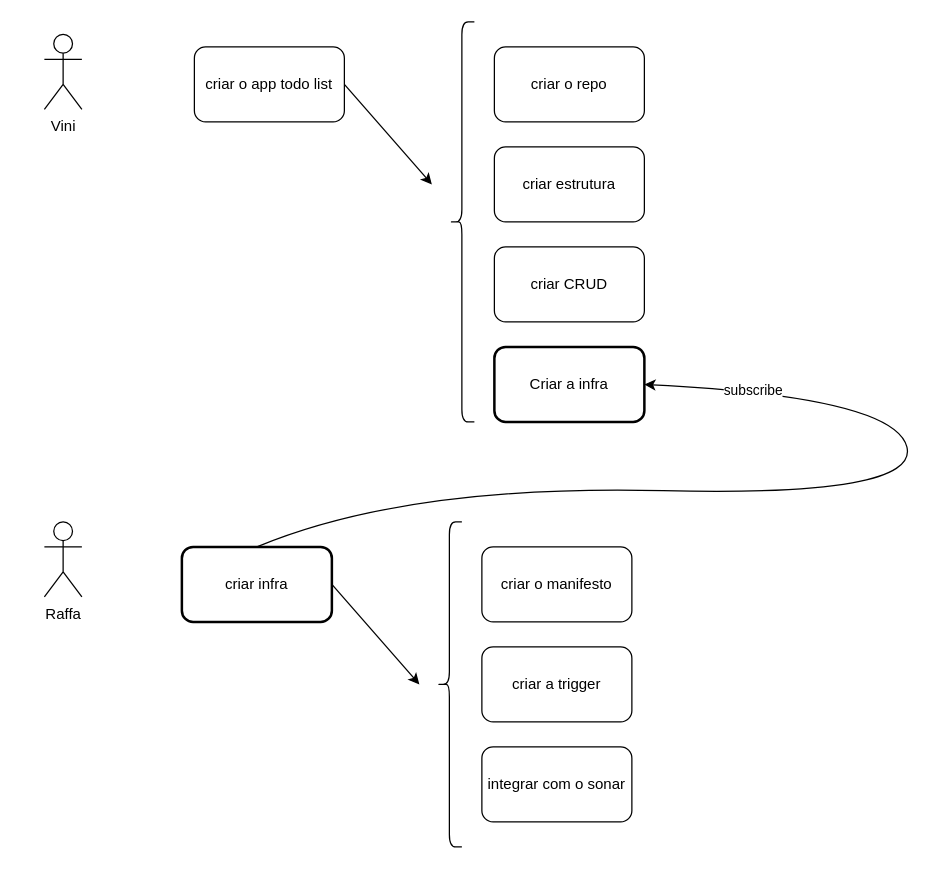
This is page "exemplo" (3 of 4) of docs/fluxos.drawio from acelera-dev-c4/todo-list-notification-backend, a draw.io file, before an edit. Source tidied: cells renumbered, new cells numbered last; positions are measured from the earlier drawing's top-left corner, leaving out a move shared by most shapes. Both pictures are drawn from the tidied source at 125%, with x=0, y=0 at pixel (44, 21).
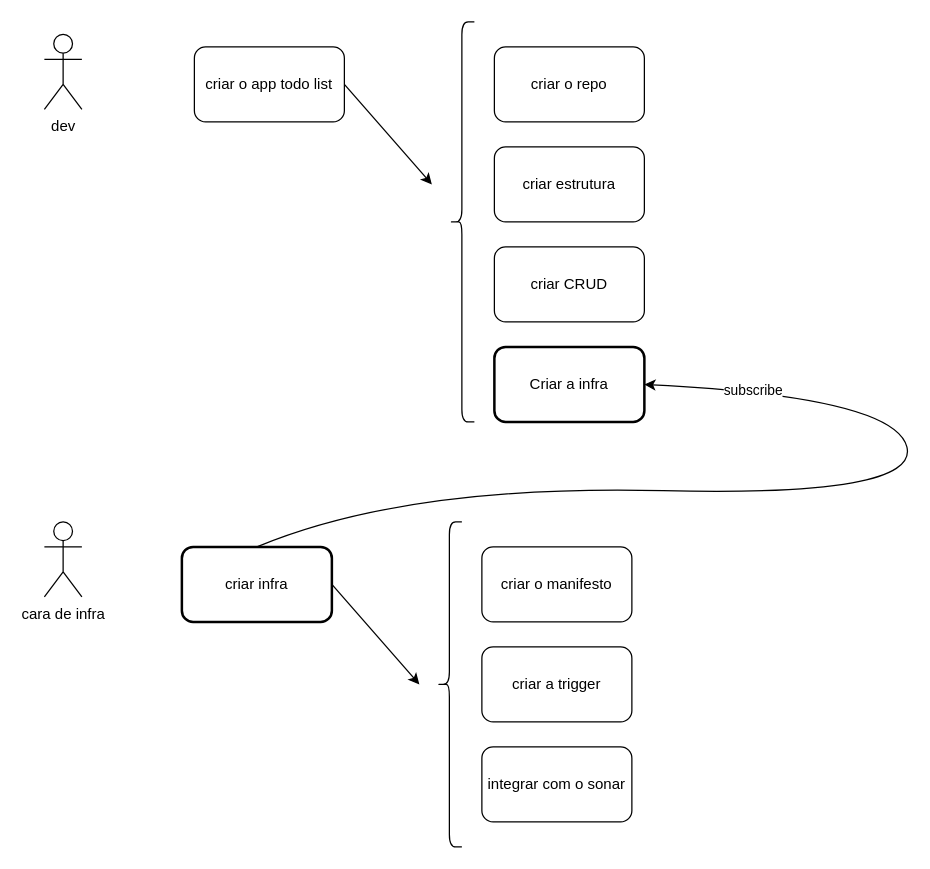
The same page after the edit.

Diff of the diagram source:
```diff
@@
-    <mxCell id="2" value="Vini" style="shape=umlActor;verticalLabelPosition=bottom;verticalAlign=top;html=1;" parent="1" vertex="1">
+    <mxCell id="2" value="dev" style="shape=umlActor;verticalLabelPosition=bottom;verticalAlign=top;html=1;" parent="1" vertex="1">
       <mxGeometry y="10" width="30" height="60" as="geometry" />
     </mxCell>
@@
-    <mxCell id="10" value="Raffa" style="shape=umlActor;verticalLabelPosition=bottom;verticalAlign=top;html=1;" parent="1" vertex="1">
+    <mxCell id="10" value="cara de infra" style="shape=umlActor;verticalLabelPosition=bottom;verticalAlign=top;html=1;" parent="1" vertex="1">
       <mxGeometry y="400" width="30" height="60" as="geometry" />
     </mxCell>
```
